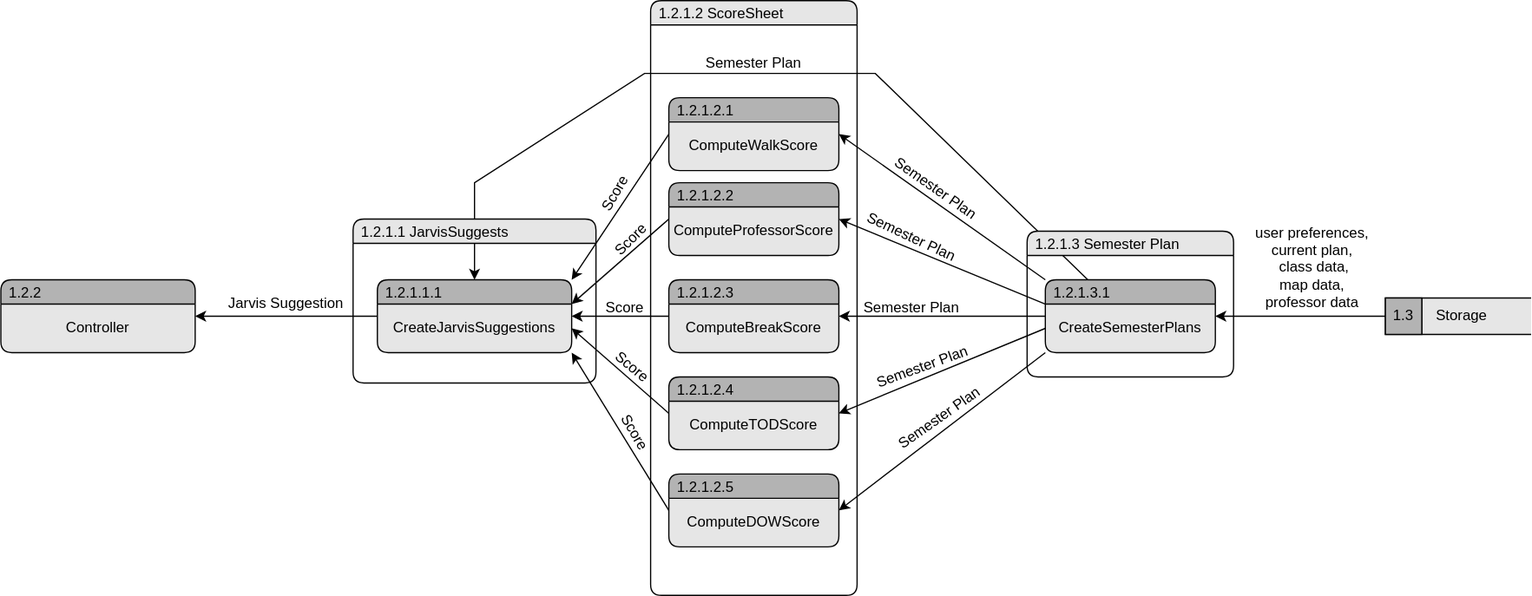
MckennahPalmer/CSE430 keeps this draw.io diagram as TeamTwoFiles/AlgorithmDataFlowDiagram.svg. Above is the earlier version. Source tidied: cells renumbered, new cells last; positions are measured from the earlier drawing's top-left corner, leaving out a move shared by most shapes. The source it was exported from:
```xml
<mxGraphModel>
  <root>
    <mxCell id="0" />
    <mxCell id="1" parent="0" />
    <mxCell id="2" value="1.2.1.2 ScoreSheet" style="swimlane;fontStyle=0;horizontal=1;startSize=20;fillColor=#E6E6E6;swimlaneFillColor=none;rounded=1;spacingLeft=5;align=left;" parent="1" vertex="1">
      <mxGeometry x="535" width="170" height="490" as="geometry" />
    </mxCell>
    <mxCell id="3" value="1.2.1.2.1" style="swimlane;fontStyle=0;horizontal=1;startSize=20;fillColor=#B3B3B3;swimlaneFillColor=#E6E6E6;rounded=1;align=left;spacingLeft=5;shadow=0;" parent="1" vertex="1">
      <mxGeometry x="550" y="80" width="140" height="60" as="geometry" />
    </mxCell>
    <mxCell id="4" value="ComputeWalkScore" style="text;html=1;strokeColor=none;fillColor=none;align=center;verticalAlign=middle;whiteSpace=wrap;rounded=0;" parent="3" vertex="1">
      <mxGeometry y="20" width="140" height="40" as="geometry" />
    </mxCell>
    <mxCell id="5" value="1.2.1.3.1" style="swimlane;fontStyle=0;horizontal=1;startSize=20;fillColor=#B3B3B3;swimlaneFillColor=#E6E6E6;rounded=1;align=left;spacingLeft=5;" parent="1" vertex="1">
      <mxGeometry x="860" y="230" width="140" height="60" as="geometry" />
    </mxCell>
    <mxCell id="6" value="CreateSemesterPlans" style="text;html=1;strokeColor=none;fillColor=none;align=center;verticalAlign=middle;whiteSpace=wrap;rounded=0;" parent="5" vertex="1">
      <mxGeometry y="20" width="140" height="40" as="geometry" />
    </mxCell>
    <mxCell id="7" value="1.2.1.2.2" style="swimlane;fontStyle=0;horizontal=1;startSize=20;fillColor=#B3B3B3;swimlaneFillColor=#E6E6E6;rounded=1;align=left;spacingLeft=5;" parent="1" vertex="1">
      <mxGeometry x="550" y="150" width="140" height="60" as="geometry" />
    </mxCell>
    <mxCell id="8" value="ComputeProfessorScore" style="text;html=1;strokeColor=none;fillColor=none;align=center;verticalAlign=middle;whiteSpace=wrap;rounded=0;" parent="7" vertex="1">
      <mxGeometry y="20" width="140" height="40" as="geometry" />
    </mxCell>
    <mxCell id="9" value="1.2.1.2.3" style="swimlane;fontStyle=0;horizontal=1;startSize=20;fillColor=#B3B3B3;swimlaneFillColor=#E6E6E6;rounded=1;spacingLeft=5;align=left;" parent="1" vertex="1">
      <mxGeometry x="550" y="230" width="140" height="60" as="geometry" />
    </mxCell>
    <mxCell id="10" value="ComputeBreakScore" style="text;html=1;strokeColor=none;fillColor=none;align=center;verticalAlign=middle;whiteSpace=wrap;rounded=0;" parent="9" vertex="1">
      <mxGeometry y="20" width="140" height="40" as="geometry" />
    </mxCell>
    <mxCell id="11" value="1.2.1.2.4" style="swimlane;fontStyle=0;horizontal=1;startSize=20;fillColor=#B3B3B3;swimlaneFillColor=#E6E6E6;rounded=1;spacingLeft=5;align=left;" parent="1" vertex="1">
      <mxGeometry x="550" y="310" width="140" height="60" as="geometry" />
    </mxCell>
    <mxCell id="12" value="ComputeTODScore" style="text;html=1;strokeColor=none;fillColor=none;align=center;verticalAlign=middle;whiteSpace=wrap;rounded=0;" parent="11" vertex="1">
      <mxGeometry y="20" width="140" height="40" as="geometry" />
    </mxCell>
    <mxCell id="13" value="1.2.1.2.5" style="swimlane;fontStyle=0;horizontal=1;startSize=20;fillColor=#B3B3B3;swimlaneFillColor=#E6E6E6;rounded=1;spacingLeft=5;align=left;" parent="1" vertex="1">
      <mxGeometry x="550" y="390" width="140" height="60" as="geometry" />
    </mxCell>
    <mxCell id="14" value="ComputeDOWScore" style="text;html=1;strokeColor=none;fillColor=none;align=center;verticalAlign=middle;whiteSpace=wrap;rounded=0;" parent="13" vertex="1">
      <mxGeometry y="20" width="140" height="40" as="geometry" />
    </mxCell>
    <mxCell id="15" style="endArrow=classic;html=1;rounded=0;exitX=0;exitY=0;exitDx=0;exitDy=0;entryX=1;entryY=0.25;entryDx=0;entryDy=0;" parent="1" edge="1" source="5" target="4">
      <mxGeometry relative="1" as="geometry" />
    </mxCell>
    <mxCell id="16" style="endArrow=classic;html=1;rounded=0;entryX=1;entryY=0.25;entryDx=0;entryDy=0;exitX=0.001;exitY=0.336;exitDx=0;exitDy=0;exitPerimeter=0;" parent="1" edge="1" source="5" target="8">
      <mxGeometry relative="1" as="geometry" />
    </mxCell>
    <mxCell id="17" style="endArrow=classic;html=1;rounded=0;exitX=0;exitY=0.25;exitDx=0;exitDy=0;entryX=1;entryY=0.25;entryDx=0;entryDy=0;" parent="1" edge="1" source="6" target="10">
      <mxGeometry relative="1" as="geometry" />
    </mxCell>
    <mxCell id="18" style="endArrow=classic;html=1;rounded=0;exitX=0;exitY=0.5;exitDx=0;exitDy=0;entryX=1;entryY=0.25;entryDx=0;entryDy=0;" parent="1" edge="1" source="6" target="12">
      <mxGeometry relative="1" as="geometry" />
    </mxCell>
    <mxCell id="19" style="endArrow=classic;html=1;rounded=0;exitX=0;exitY=1;exitDx=0;exitDy=0;entryX=1;entryY=0.25;entryDx=0;entryDy=0;" parent="1" edge="1" source="6" target="14">
      <mxGeometry relative="1" as="geometry" />
    </mxCell>
    <mxCell id="20" style="endArrow=classic;html=1;rounded=0;entryX=1;entryY=0;entryDx=0;entryDy=0;exitX=0;exitY=0.25;exitDx=0;exitDy=0;" parent="1" edge="1" source="4" target="41">
      <mxGeometry relative="1" as="geometry" />
    </mxCell>
    <mxCell id="21" style="endArrow=classic;html=1;rounded=0;exitX=0;exitY=0.25;exitDx=0;exitDy=0;entryX=1;entryY=0;entryDx=0;entryDy=0;" parent="1" edge="1" source="8" target="42">
      <mxGeometry relative="1" as="geometry" />
    </mxCell>
    <mxCell id="22" style="endArrow=classic;html=1;rounded=0;entryX=1;entryY=0.25;entryDx=0;entryDy=0;exitX=0;exitY=0.25;exitDx=0;exitDy=0;" parent="1" edge="1" source="10">
      <mxGeometry relative="1" as="geometry">
        <mxPoint x="470" y="260" as="targetPoint" />
      </mxGeometry>
    </mxCell>
    <mxCell id="23" style="endArrow=classic;html=1;rounded=0;entryX=1;entryY=0.5;entryDx=0;entryDy=0;exitX=0;exitY=0.25;exitDx=0;exitDy=0;" parent="1" edge="1" source="12">
      <mxGeometry relative="1" as="geometry">
        <mxPoint x="470" y="270" as="targetPoint" />
      </mxGeometry>
    </mxCell>
    <mxCell id="24" style="endArrow=classic;html=1;rounded=0;entryX=1;entryY=1;entryDx=0;entryDy=0;exitX=0;exitY=0.25;exitDx=0;exitDy=0;" parent="1" edge="1" source="14">
      <mxGeometry relative="1" as="geometry">
        <mxPoint x="470" y="290" as="targetPoint" />
      </mxGeometry>
    </mxCell>
    <mxCell id="25" style="endArrow=classic;html=1;rounded=0;entryX=1;entryY=0.25;entryDx=0;entryDy=0;exitX=0;exitY=0.25;exitDx=0;exitDy=0;" parent="1" edge="1" source="42" target="39">
      <mxGeometry relative="1" as="geometry" />
    </mxCell>
    <mxCell id="26" style="endArrow=classic;html=1;rounded=0;exitX=0.25;exitY=0;exitDx=0;exitDy=0;entryX=0.5;entryY=0;entryDx=0;entryDy=0;" parent="1" edge="1" source="5" target="41">
      <mxGeometry relative="1" as="geometry">
        <Array as="points">
          <mxPoint x="720" y="60" />
          <mxPoint x="530" y="60" />
          <mxPoint x="390" y="150" />
        </Array>
      </mxGeometry>
    </mxCell>
    <mxCell id="27" value="Semester Plan" style="text;html=1;strokeColor=none;fillColor=none;align=center;verticalAlign=middle;whiteSpace=wrap;rounded=0;" parent="1" vertex="1">
      <mxGeometry x="570" y="37" width="100" height="30" as="geometry" />
    </mxCell>
    <mxCell id="28" value="Score" style="text;html=1;strokeColor=none;fillColor=none;align=center;verticalAlign=middle;whiteSpace=wrap;rounded=0;" parent="1" vertex="1">
      <mxGeometry x="464" y="238" width="100" height="30" as="geometry" />
    </mxCell>
    <mxCell id="29" value="Score" style="text;html=1;strokeColor=none;fillColor=none;align=center;verticalAlign=middle;whiteSpace=wrap;rounded=0;rotation=40;" parent="1" vertex="1">
      <mxGeometry x="470" y="287" width="100" height="30" as="geometry" />
    </mxCell>
    <mxCell id="30" value="Score" style="text;html=1;strokeColor=none;fillColor=none;align=center;verticalAlign=middle;whiteSpace=wrap;rounded=0;rotation=60;" parent="1" vertex="1">
      <mxGeometry x="472" y="341" width="100" height="30" as="geometry" />
    </mxCell>
    <mxCell id="31" value="Score" style="text;html=1;strokeColor=none;fillColor=none;align=center;verticalAlign=middle;whiteSpace=wrap;rounded=0;rotation=-45;" parent="1" vertex="1">
      <mxGeometry x="469" y="182" width="100" height="30" as="geometry" />
    </mxCell>
    <mxCell id="32" value="Score" style="text;html=1;strokeColor=none;fillColor=none;align=center;verticalAlign=middle;whiteSpace=wrap;rounded=0;rotation=-60;" parent="1" vertex="1">
      <mxGeometry x="456" y="144" width="100" height="30" as="geometry" />
    </mxCell>
    <mxCell id="33" value="Semester Plan" style="text;html=1;strokeColor=none;fillColor=none;align=center;verticalAlign=middle;whiteSpace=wrap;rounded=0;rotation=25;" parent="1" vertex="1">
      <mxGeometry x="700" y="180" width="100" height="30" as="geometry" />
    </mxCell>
    <mxCell id="34" value="Semester Plan" style="text;html=1;strokeColor=none;fillColor=none;align=center;verticalAlign=middle;whiteSpace=wrap;rounded=0;rotation=35;" parent="1" vertex="1">
      <mxGeometry x="720" y="140" width="100" height="30" as="geometry" />
    </mxCell>
    <mxCell id="35" value="Semester Plan" style="text;html=1;strokeColor=none;fillColor=none;align=center;verticalAlign=middle;whiteSpace=wrap;rounded=0;rotation=-20;" parent="1" vertex="1">
      <mxGeometry x="709" y="287" width="100" height="30" as="geometry" />
    </mxCell>
    <mxCell id="36" value="Semester Plan" style="text;html=1;strokeColor=none;fillColor=none;align=center;verticalAlign=middle;whiteSpace=wrap;rounded=0;rotation=-35;" parent="1" vertex="1">
      <mxGeometry x="723" y="329" width="100" height="30" as="geometry" />
    </mxCell>
    <mxCell id="37" value="Semester Plan" style="text;html=1;strokeColor=none;fillColor=none;align=center;verticalAlign=middle;whiteSpace=wrap;rounded=0;rotation=0;" parent="1" vertex="1">
      <mxGeometry x="700" y="238" width="100" height="30" as="geometry" />
    </mxCell>
    <mxCell id="38" value="1.2.2" style="swimlane;fontStyle=0;horizontal=1;startSize=20;fillColor=#B3B3B3;swimlaneFillColor=#E6E6E6;rounded=1;spacingLeft=5;align=left;" parent="1" vertex="1">
      <mxGeometry y="230" width="160" height="60" as="geometry" />
    </mxCell>
    <mxCell id="39" value="Controller" style="text;html=1;strokeColor=none;fillColor=none;align=center;verticalAlign=middle;whiteSpace=wrap;rounded=0;" parent="38" vertex="1">
      <mxGeometry y="20" width="160" height="40" as="geometry" />
    </mxCell>
    <mxCell id="40" value="Jarvis Suggestion" style="text;html=1;strokeColor=none;fillColor=none;align=center;verticalAlign=middle;whiteSpace=wrap;rounded=0;" parent="1" vertex="1">
      <mxGeometry x="180" y="235" width="110" height="30" as="geometry" />
    </mxCell>
    <mxCell id="41" value="1.2.1.1.1" style="swimlane;fontStyle=0;horizontal=1;startSize=20;fillColor=#B3B3B3;swimlaneFillColor=#E6E6E6;rounded=1;spacingLeft=5;align=left;" parent="1" vertex="1">
      <mxGeometry x="310" y="230" width="160" height="60" as="geometry" />
    </mxCell>
    <mxCell id="42" value="CreateJarvisSuggestions" style="text;html=1;strokeColor=none;fillColor=none;align=center;verticalAlign=middle;whiteSpace=wrap;rounded=0;" parent="41" vertex="1">
      <mxGeometry y="20" width="160" height="40" as="geometry" />
    </mxCell>
    <mxCell id="43" value="user preferences,&lt;br&gt;current plan,&lt;br&gt;&amp;nbsp;class data,&lt;br&gt;map data, professor data" style="text;html=1;strokeColor=none;fillColor=none;align=center;verticalAlign=middle;whiteSpace=wrap;rounded=0;" parent="1" vertex="1">
      <mxGeometry x="1030" y="180" width="100" height="80" as="geometry" />
    </mxCell>
    <mxCell id="44" value="1.2.1.1 JarvisSuggests" style="swimlane;fontStyle=0;horizontal=1;startSize=20;fillColor=#E6E6E6;swimlaneFillColor=none;rounded=1;spacingLeft=5;align=left;" parent="1" vertex="1">
      <mxGeometry x="290" y="180" width="200" height="135" as="geometry" />
    </mxCell>
    <mxCell id="45" value="1.2.1.3 Semester Plan" style="swimlane;fontStyle=0;horizontal=1;startSize=20;fillColor=#E6E6E6;swimlaneFillColor=none;rounded=1;spacingLeft=5;align=left;" parent="1" vertex="1">
      <mxGeometry x="845" y="190" width="170" height="120" as="geometry" />
    </mxCell>
    <mxCell id="46" style="group;" parent="1" vertex="1">
      <mxGeometry x="1140" y="245" width="120" height="30" as="geometry" />
    </mxCell>
    <mxCell id="47" style="html=1;dashed=0;whiteSpace=wrap;shape=mxgraph.dfd.dataStoreID;align=left;spacingLeft=3;rounded=1;strokeColor=default;verticalAlign=middle;fontFamily=Helvetica;fontSize=12;fontColor=default;startSize=20;fillColor=#E6E6E6;shadow=0;" parent="46" vertex="1">
      <mxGeometry width="120" height="30" as="geometry" />
    </mxCell>
    <mxCell id="48" style="rounded=0;whiteSpace=wrap;html=1;strokeColor=default;align=center;verticalAlign=middle;fontFamily=Helvetica;fontSize=12;fontColor=default;startSize=20;fillColor=#B3B3B3;" parent="46" vertex="1">
      <mxGeometry width="30" height="30" as="geometry" />
    </mxCell>
    <mxCell id="49" value="1.3" style="text;html=1;strokeColor=none;fillColor=none;align=center;verticalAlign=middle;whiteSpace=wrap;rounded=0;fontSize=12;fontFamily=Helvetica;fontColor=default;" parent="46" vertex="1">
      <mxGeometry width="30" height="30" as="geometry" />
    </mxCell>
    <mxCell id="50" value="Storage" style="text;html=1;strokeColor=none;fillColor=none;align=left;verticalAlign=middle;whiteSpace=wrap;rounded=0;fontSize=12;fontFamily=Helvetica;fontColor=default;" parent="46" vertex="1">
      <mxGeometry x="40" width="80" height="30" as="geometry" />
    </mxCell>
    <mxCell id="51" style="endArrow=classic;html=1;rounded=0;entryX=1;entryY=0.25;entryDx=0;entryDy=0;exitX=0;exitY=0.5;exitDx=0;exitDy=0;" parent="1" edge="1" source="49" target="6">
      <mxGeometry relative="1" as="geometry" />
    </mxCell>
  </root>
</mxGraphModel>
```
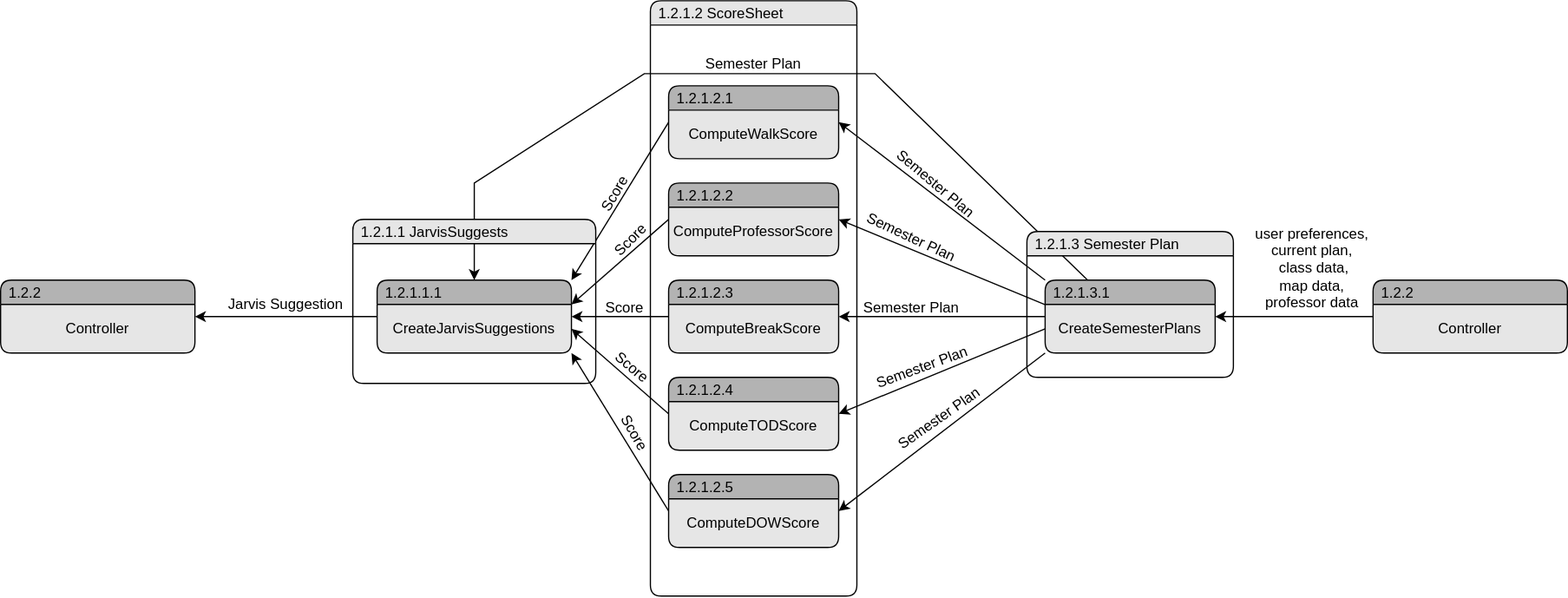
Later version of the same file.

What changed in the source:
```diff
@@ -6,7 +6,7 @@
       <mxGeometry x="535" width="170" height="490" as="geometry" />
     </mxCell>
     <mxCell id="3" value="1.2.1.2.1" style="swimlane;fontStyle=0;horizontal=1;startSize=20;fillColor=#B3B3B3;swimlaneFillColor=#E6E6E6;rounded=1;align=left;spacingLeft=5;shadow=0;" parent="1" vertex="1">
-      <mxGeometry x="550" y="80" width="140" height="60" as="geometry" />
+      <mxGeometry x="550" y="70" width="140" height="60" as="geometry" />
     </mxCell>
     <mxCell id="4" value="ComputeWalkScore" style="text;html=1;strokeColor=none;fillColor=none;align=center;verticalAlign=middle;whiteSpace=wrap;rounded=0;" parent="3" vertex="1">
       <mxGeometry y="20" width="140" height="40" as="geometry" />
@@ -110,8 +110,8 @@
     <mxCell id="33" value="Semester Plan" style="text;html=1;strokeColor=none;fillColor=none;align=center;verticalAlign=middle;whiteSpace=wrap;rounded=0;rotation=25;" parent="1" vertex="1">
       <mxGeometry x="700" y="180" width="100" height="30" as="geometry" />
     </mxCell>
-    <mxCell id="34" value="Semester Plan" style="text;html=1;strokeColor=none;fillColor=none;align=center;verticalAlign=middle;whiteSpace=wrap;rounded=0;rotation=35;" parent="1" vertex="1">
-      <mxGeometry x="720" y="140" width="100" height="30" as="geometry" />
+    <mxCell id="34" value="Semester Plan" style="text;html=1;strokeColor=none;fillColor=none;align=center;verticalAlign=middle;whiteSpace=wrap;rounded=0;rotation=40;" parent="1" vertex="1">
+      <mxGeometry x="720" y="136" width="100" height="30" as="geometry" />
     </mxCell>
     <mxCell id="35" value="Semester Plan" style="text;html=1;strokeColor=none;fillColor=none;align=center;verticalAlign=middle;whiteSpace=wrap;rounded=0;rotation=-20;" parent="1" vertex="1">
       <mxGeometry x="709" y="287" width="100" height="30" as="geometry" />
@@ -137,7 +137,7 @@
     <mxCell id="42" value="CreateJarvisSuggestions" style="text;html=1;strokeColor=none;fillColor=none;align=center;verticalAlign=middle;whiteSpace=wrap;rounded=0;" parent="41" vertex="1">
       <mxGeometry y="20" width="160" height="40" as="geometry" />
     </mxCell>
-    <mxCell id="43" value="user preferences,&lt;br&gt;current plan,&lt;br&gt;&amp;nbsp;class data,&lt;br&gt;map data, professor data" style="text;html=1;strokeColor=none;fillColor=none;align=center;verticalAlign=middle;whiteSpace=wrap;rounded=0;" parent="1" vertex="1">
+    <mxCell id="43" value="user preferences,&lt;br&gt;current plan,&lt;br&gt;&amp;nbsp;class data,&lt;br&gt;map data, professor data" style="text;html=1;strokeColor=none;fillColor=none;align=center;verticalAlign=middle;whiteSpace=wrap;rounded=0;fontFamily=Helvetica;" parent="1" vertex="1">
       <mxGeometry x="1030" y="180" width="100" height="80" as="geometry" />
     </mxCell>
     <mxCell id="44" value="1.2.1.1 JarvisSuggests" style="swimlane;fontStyle=0;horizontal=1;startSize=20;fillColor=#E6E6E6;swimlaneFillColor=none;rounded=1;spacingLeft=5;align=left;" parent="1" vertex="1">
@@ -146,23 +146,16 @@
     <mxCell id="45" value="1.2.1.3 Semester Plan" style="swimlane;fontStyle=0;horizontal=1;startSize=20;fillColor=#E6E6E6;swimlaneFillColor=none;rounded=1;spacingLeft=5;align=left;" parent="1" vertex="1">
       <mxGeometry x="845" y="190" width="170" height="120" as="geometry" />
     </mxCell>
-    <mxCell id="46" style="group;" parent="1" vertex="1">
-      <mxGeometry x="1140" y="245" width="120" height="30" as="geometry" />
-    </mxCell>
-    <mxCell id="47" style="html=1;dashed=0;whiteSpace=wrap;shape=mxgraph.dfd.dataStoreID;align=left;spacingLeft=3;rounded=1;strokeColor=default;verticalAlign=middle;fontFamily=Helvetica;fontSize=12;fontColor=default;startSize=20;fillColor=#E6E6E6;shadow=0;" parent="46" vertex="1">
-      <mxGeometry width="120" height="30" as="geometry" />
-    </mxCell>
-    <mxCell id="48" style="rounded=0;whiteSpace=wrap;html=1;strokeColor=default;align=center;verticalAlign=middle;fontFamily=Helvetica;fontSize=12;fontColor=default;startSize=20;fillColor=#B3B3B3;" parent="46" vertex="1">
-      <mxGeometry width="30" height="30" as="geometry" />
-    </mxCell>
-    <mxCell id="49" value="1.3" style="text;html=1;strokeColor=none;fillColor=none;align=center;verticalAlign=middle;whiteSpace=wrap;rounded=0;fontSize=12;fontFamily=Helvetica;fontColor=default;" parent="46" vertex="1">
-      <mxGeometry width="30" height="30" as="geometry" />
-    </mxCell>
-    <mxCell id="50" value="Storage" style="text;html=1;strokeColor=none;fillColor=none;align=left;verticalAlign=middle;whiteSpace=wrap;rounded=0;fontSize=12;fontFamily=Helvetica;fontColor=default;" parent="46" vertex="1">
-      <mxGeometry x="40" width="80" height="30" as="geometry" />
-    </mxCell>
-    <mxCell id="51" style="endArrow=classic;html=1;rounded=0;entryX=1;entryY=0.25;entryDx=0;entryDy=0;exitX=0;exitY=0.5;exitDx=0;exitDy=0;" parent="1" edge="1" source="49" target="6">
-      <mxGeometry relative="1" as="geometry" />
+    <mxCell id="51" style="endArrow=classic;html=1;rounded=0;entryX=1;entryY=0.25;entryDx=0;entryDy=0;exitX=0;exitY=0.25;exitDx=0;exitDy=0;" parent="1" edge="1" target="6">
+      <mxGeometry relative="1" as="geometry">
+        <mxPoint x="1130" y="260" as="sourcePoint" />
+      </mxGeometry>
     </mxCell>
+    <mxCell id="52" value="1.2.2" style="swimlane;fontStyle=0;horizontal=1;startSize=20;fillColor=#B3B3B3;swimlaneFillColor=#E6E6E6;rounded=1;spacingLeft=5;align=left;" parent="1" vertex="1">
+      <mxGeometry x="1130" y="230" width="160" height="60" as="geometry" />
+    </mxCell>
+    <mxCell id="53" value="Controller" style="text;html=1;strokeColor=none;fillColor=none;align=center;verticalAlign=middle;whiteSpace=wrap;rounded=0;" parent="52" vertex="1">
+      <mxGeometry y="20" width="160" height="40" as="geometry" />
+    </mxCell>
   </root>
 </mxGraphModel>
```
